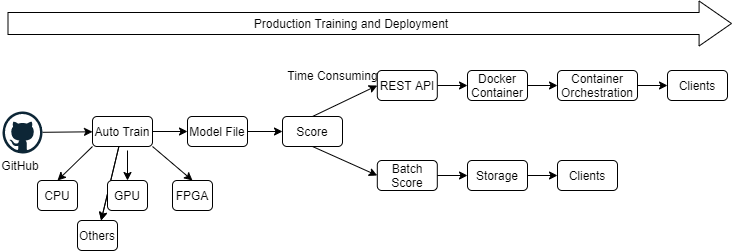
balakreshnan/Samples2021 keeps this draw.io diagram as DataScience/images/mldevops-Production.png. Above is the earlier version. Source tidied: cells renumbered, new cells last; positions are measured from the earlier drawing's top-left corner, leaving out a move shared by most shapes. Its diagram source:
```xml
<mxGraphModel>
  <root>
    <mxCell id="0" />
    <mxCell id="1" parent="0" />
    <mxCell id="2" style="edgeStyle=none;rounded=0;jettySize=auto;html=1;" parent="1" edge="1" source="3" target="8">
      <mxGeometry relative="1" as="geometry" />
    </mxCell>
    <mxCell id="3" style="dashed=0;outlineConnect=0;html=1;align=center;labelPosition=center;verticalLabelPosition=bottom;verticalAlign=top;shape=mxgraph.weblogos.github;" parent="1" vertex="1">
      <mxGeometry x="2" y="98" width="40" height="42" as="geometry" />
    </mxCell>
    <mxCell id="4" value="GitHub" style="text;html=1;strokeColor=none;fillColor=none;align=center;verticalAlign=middle;whiteSpace=wrap;rounded=0;" parent="1" vertex="1">
      <mxGeometry y="142" width="40" height="20" as="geometry" />
    </mxCell>
    <mxCell id="5" style="edgeStyle=none;rounded=0;jettySize=auto;html=1;" parent="1" edge="1" source="8" target="11">
      <mxGeometry relative="1" as="geometry" />
    </mxCell>
    <mxCell id="6" style="edgeStyle=none;rounded=0;jettySize=auto;html=1;" parent="1" edge="1" source="8" target="15">
      <mxGeometry relative="1" as="geometry" />
    </mxCell>
    <mxCell id="7" style="edgeStyle=none;rounded=0;jettySize=auto;html=1;" parent="1" edge="1" source="8" target="15">
      <mxGeometry relative="1" as="geometry" />
    </mxCell>
    <mxCell id="8" value="Auto Train" style="rounded=1;whiteSpace=wrap;html=1;" parent="1" vertex="1">
      <mxGeometry x="92" y="103" width="60" height="30" as="geometry" />
    </mxCell>
    <mxCell id="9" value="Score" style="rounded=1;whiteSpace=wrap;html=1;" parent="1" vertex="1">
      <mxGeometry x="282" y="103" width="60" height="30" as="geometry" />
    </mxCell>
    <mxCell id="10" style="edgeStyle=none;rounded=0;jettySize=auto;html=1;" parent="1" edge="1" source="11" target="9">
      <mxGeometry relative="1" as="geometry" />
    </mxCell>
    <mxCell id="11" value="Model File" style="rounded=1;whiteSpace=wrap;html=1;" parent="1" vertex="1">
      <mxGeometry x="187" y="103" width="60" height="30" as="geometry" />
    </mxCell>
    <mxCell id="12" value="CPU" style="rounded=1;whiteSpace=wrap;html=1;" parent="1" vertex="1">
      <mxGeometry x="37" y="167" width="40" height="30" as="geometry" />
    </mxCell>
    <mxCell id="13" value="GPU" style="rounded=1;whiteSpace=wrap;html=1;" parent="1" vertex="1">
      <mxGeometry x="107" y="167" width="40" height="30" as="geometry" />
    </mxCell>
    <mxCell id="14" value="FPGA" style="rounded=1;whiteSpace=wrap;html=1;" parent="1" vertex="1">
      <mxGeometry x="172" y="167" width="40" height="30" as="geometry" />
    </mxCell>
    <mxCell id="15" value="Others" style="rounded=1;whiteSpace=wrap;html=1;" parent="1" vertex="1">
      <mxGeometry x="77" y="207" width="40" height="30" as="geometry" />
    </mxCell>
    <mxCell id="16" style="endArrow=classic;html=1;entryX=0.5;entryY=0;entryDx=0;entryDy=0;exitX=1;exitY=1;exitDx=0;exitDy=0;" parent="1" edge="1" source="8" target="14">
      <mxGeometry relative="1" as="geometry" />
    </mxCell>
    <mxCell id="17" style="endArrow=classic;html=1;exitX=0;exitY=1;exitDx=0;exitDy=0;entryX=0.5;entryY=0;entryDx=0;entryDy=0;" parent="1" edge="1" source="8" target="12">
      <mxGeometry relative="1" as="geometry" />
    </mxCell>
    <mxCell id="18" style="endArrow=classic;html=1;entryX=0.5;entryY=0;entryDx=0;entryDy=0;" parent="1" edge="1" target="13">
      <mxGeometry relative="1" as="geometry">
        <mxPoint x="127" y="137" as="sourcePoint" />
      </mxGeometry>
    </mxCell>
    <mxCell id="19" style="edgeStyle=none;rounded=0;jettySize=auto;html=1;" parent="1" edge="1" source="20" target="22">
      <mxGeometry relative="1" as="geometry" />
    </mxCell>
    <mxCell id="20" value="REST API" style="rounded=1;whiteSpace=wrap;html=1;" parent="1" vertex="1">
      <mxGeometry x="376.8" y="57" width="60" height="30" as="geometry" />
    </mxCell>
    <mxCell id="21" style="edgeStyle=none;rounded=0;jettySize=auto;html=1;" parent="1" edge="1" source="22" target="24">
      <mxGeometry relative="1" as="geometry" />
    </mxCell>
    <mxCell id="22" value="Docker Container" style="rounded=1;whiteSpace=wrap;html=1;" parent="1" vertex="1">
      <mxGeometry x="467" y="57" width="60" height="30" as="geometry" />
    </mxCell>
    <mxCell id="23" style="edgeStyle=none;rounded=0;jettySize=auto;html=1;" parent="1" edge="1" source="24" target="29">
      <mxGeometry relative="1" as="geometry" />
    </mxCell>
    <mxCell id="24" value="Container Orchestration" style="rounded=1;whiteSpace=wrap;html=1;" parent="1" vertex="1">
      <mxGeometry x="557" y="57" width="80" height="30" as="geometry" />
    </mxCell>
    <mxCell id="25" style="edgeStyle=none;rounded=0;jettySize=auto;html=1;" parent="1" edge="1" source="26" target="28">
      <mxGeometry relative="1" as="geometry" />
    </mxCell>
    <mxCell id="26" value="Batch Score" style="rounded=1;whiteSpace=wrap;html=1;" parent="1" vertex="1">
      <mxGeometry x="376.8" y="147" width="60" height="30" as="geometry" />
    </mxCell>
    <mxCell id="27" style="edgeStyle=none;rounded=0;jettySize=auto;html=1;" parent="1" edge="1" source="28" target="30">
      <mxGeometry relative="1" as="geometry" />
    </mxCell>
    <mxCell id="28" value="Storage" style="rounded=1;whiteSpace=wrap;html=1;" parent="1" vertex="1">
      <mxGeometry x="467" y="147" width="60" height="30" as="geometry" />
    </mxCell>
    <mxCell id="29" value="Clients" style="rounded=1;whiteSpace=wrap;html=1;" parent="1" vertex="1">
      <mxGeometry x="667" y="57" width="60" height="30" as="geometry" />
    </mxCell>
    <mxCell id="30" value="Clients" style="rounded=1;whiteSpace=wrap;html=1;" parent="1" vertex="1">
      <mxGeometry x="557" y="147" width="60" height="30" as="geometry" />
    </mxCell>
    <mxCell id="31" style="endArrow=classic;html=1;entryX=0;entryY=0.5;entryDx=0;entryDy=0;exitX=0.5;exitY=0;exitDx=0;exitDy=0;" parent="1" edge="1" source="9" target="20">
      <mxGeometry relative="1" as="geometry" />
    </mxCell>
    <mxCell id="32" style="endArrow=classic;html=1;exitX=0.5;exitY=1;exitDx=0;exitDy=0;entryX=0;entryY=0.5;entryDx=0;entryDy=0;" parent="1" edge="1" source="9" target="26">
      <mxGeometry relative="1" as="geometry" />
    </mxCell>
    <mxCell id="33" value="Time Consuming" style="text;html=1;strokeColor=none;fillColor=none;align=center;verticalAlign=middle;whiteSpace=wrap;rounded=0;" parent="1" vertex="1">
      <mxGeometry x="285" y="52" width="95" height="20" as="geometry" />
    </mxCell>
    <mxCell id="34" style="shape=flexArrow;endArrow=classic;html=1;endWidth=22;endSize=10.47;width=22;" parent="1" edge="1">
      <mxGeometry relative="1" as="geometry">
        <mxPoint x="7" y="10" as="sourcePoint" />
        <mxPoint x="731.5" y="10" as="targetPoint" />
      </mxGeometry>
    </mxCell>
    <mxCell id="35" value="Production Training and Deployment" style="text;html=1;strokeColor=none;fillColor=none;align=center;verticalAlign=middle;whiteSpace=wrap;rounded=0;" parent="1" vertex="1">
      <mxGeometry x="180.5" width="340" height="20" as="geometry" />
    </mxCell>
  </root>
</mxGraphModel>
```
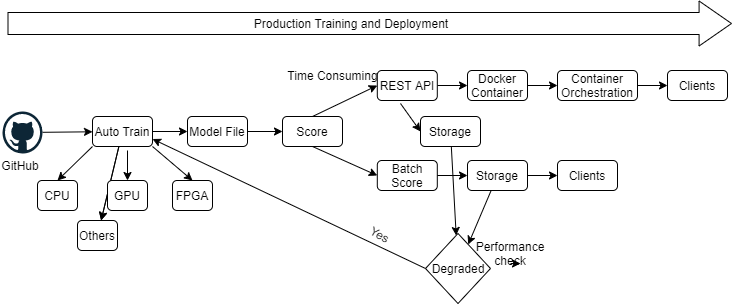
After the commit.

Change to the diagram source:
```diff
@@ -82,6 +82,9 @@
     <mxCell id="27" style="edgeStyle=none;rounded=0;jettySize=auto;html=1;" parent="1" edge="1" source="28" target="30">
       <mxGeometry relative="1" as="geometry" />
     </mxCell>
+    <mxCell id="36" style="edgeStyle=none;rounded=0;jettySize=auto;html=1;" parent="1" edge="1" source="28" target="40">
+      <mxGeometry relative="1" as="geometry" />
+    </mxCell>
     <mxCell id="28" value="Storage" style="rounded=1;whiteSpace=wrap;html=1;" parent="1" vertex="1">
       <mxGeometry x="467" y="147" width="60" height="30" as="geometry" />
     </mxCell>
@@ -109,5 +112,34 @@
     <mxCell id="35" value="Production Training and Deployment" style="text;html=1;strokeColor=none;fillColor=none;align=center;verticalAlign=middle;whiteSpace=wrap;rounded=0;" parent="1" vertex="1">
       <mxGeometry x="180.5" width="340" height="20" as="geometry" />
     </mxCell>
+    <mxCell id="37" style="edgeStyle=none;rounded=0;jettySize=auto;html=1;" parent="1" edge="1" source="38" target="40">
+      <mxGeometry relative="1" as="geometry" />
+    </mxCell>
+    <mxCell id="38" value="Storage" style="rounded=1;whiteSpace=wrap;html=1;" parent="1" vertex="1">
+      <mxGeometry x="420" y="103" width="60" height="30" as="geometry" />
+    </mxCell>
+    <mxCell id="39" style="endArrow=classic;html=1;entryX=0;entryY=0.5;entryDx=0;entryDy=0;" parent="1" edge="1" target="38">
+      <mxGeometry relative="1" as="geometry">
+        <mxPoint x="400" y="90" as="sourcePoint" />
+      </mxGeometry>
+    </mxCell>
+    <mxCell id="40" style="rhombus;whiteSpace=wrap;html=1;" parent="1" vertex="1">
+      <mxGeometry x="425" y="220" width="65" height="70" as="geometry" />
+    </mxCell>
+    <mxCell id="41" value="Performance check" style="text;html=1;strokeColor=none;fillColor=none;align=center;verticalAlign=middle;whiteSpace=wrap;rounded=0;" parent="1" vertex="1">
+      <mxGeometry x="490" y="230" width="40" height="20" as="geometry" />
+    </mxCell>
+    <mxCell id="42" style="endArrow=classic;html=1;exitX=0;exitY=0.5;exitDx=0;exitDy=0;entryX=1;entryY=0.75;entryDx=0;entryDy=0;" parent="1" edge="1" source="40" target="8">
+      <mxGeometry relative="1" as="geometry" />
+    </mxCell>
+    <mxCell id="43" value="Degraded" style="text;html=1;strokeColor=none;fillColor=none;align=center;verticalAlign=middle;whiteSpace=wrap;rounded=0;" parent="1" vertex="1">
+      <mxGeometry x="432.5" y="245" width="50" height="20" as="geometry" />
+    </mxCell>
+    <mxCell id="44" style="edgeStyle=none;rounded=0;orthogonalLoop=1;jettySize=auto;html=1;exitX=0.5;exitY=1;exitDx=0;exitDy=0;entryX=0.75;entryY=1;entryDx=0;entryDy=0;" parent="1" edge="1" source="41" target="41">
+      <mxGeometry relative="1" as="geometry" />
+    </mxCell>
+    <mxCell id="45" value="Yes" style="text;html=1;strokeColor=none;fillColor=none;align=center;verticalAlign=middle;whiteSpace=wrap;rounded=0;rotation=30;" parent="1" vertex="1">
+      <mxGeometry x="360" y="211" width="40" height="20" as="geometry" />
+    </mxCell>
   </root>
 </mxGraphModel>
```
